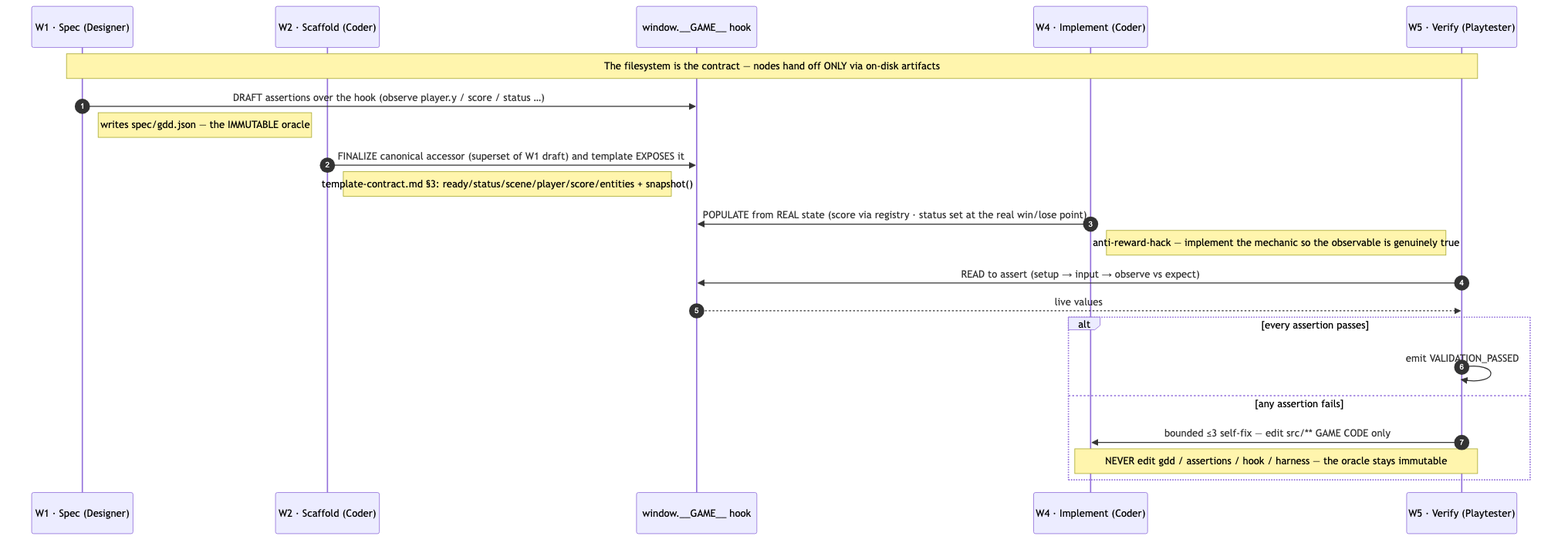
Before: docs/diagrams/game-hook-contract.png, a diagram exported from Mermaid (blueif16/clawd-game). Its source is kept beside it as docs/diagrams/game-hook-contract.mmd.
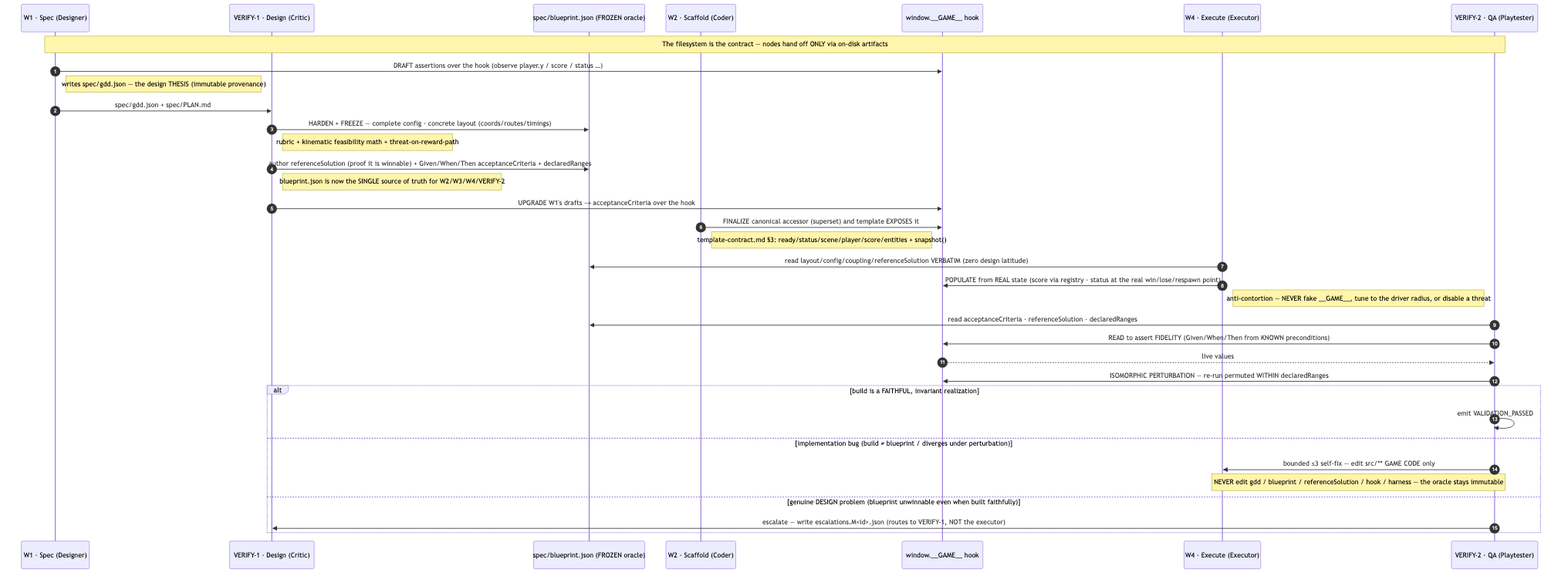
The same diagram one commit later.

What changed in the source:
```diff
@@ -1,28 +1,42 @@
 sequenceDiagram
   autonumber
   participant W1 as W1 · Spec (Designer)
+  participant V1 as VERIFY-1 · Design (Critic)
+  participant BP as spec/blueprint.json (FROZEN oracle)
   participant W2 as W2 · Scaffold (Coder)
   participant H as window.__GAME__ hook
-  participant W4 as W4 · Implement (Coder)
-  participant W5 as W5 · Verify (Playtester)
+  participant W4 as W4 · Execute (Executor)
+  participant V2 as VERIFY-2 · QA (Playtester)
 
-  Note over W1,W5: The filesystem is the contract — nodes hand off ONLY via on-disk artifacts
+  Note over W1,V2: The filesystem is the contract — nodes hand off ONLY via on-disk artifacts
 
   W1->>H: DRAFT assertions over the hook (observe player.y / score / status …)
-  Note right of W1: writes spec/gdd.json — the IMMUTABLE oracle
+  Note right of W1: writes spec/gdd.json — the design THESIS (immutable provenance)
 
-  W2->>H: FINALIZE canonical accessor (superset of W1 draft) and template EXPOSES it
+  W1->>V1: spec/gdd.json + spec/PLAN.md
+  V1->>BP: HARDEN + FREEZE — complete config · concrete layout (coords/routes/timings)
+  Note right of V1: rubric + kinematic feasibility math + threat-on-reward-path
+  V1->>BP: author referenceSolution (proof it is winnable) + Given/When/Then acceptanceCriteria + declaredRanges
+  Note right of V1: blueprint.json is now the SINGLE source of truth for W2/W3/W4/VERIFY-2
+
+  V1->>H: UPGRADE W1's drafts → acceptanceCriteria over the hook
+  W2->>H: FINALIZE canonical accessor (superset) and template EXPOSES it
   Note right of W2: template-contract.md §3: ready/status/scene/player/score/entities + snapshot()
 
-  W4->>H: POPULATE from REAL state (score via registry · status set at the real win/lose point)
-  Note right of W4: anti-reward-hack — implement the mechanic so the observable is genuinely true
+  W4->>BP: read layout/config/coupling/referenceSolution VERBATIM (zero design latitude)
+  W4->>H: POPULATE from REAL state (score via registry · status at the real win/lose/respawn point)
+  Note right of W4: anti-contortion — NEVER fake __GAME__, tune to the driver radius, or disable a threat
 
-  W5->>H: READ to assert (setup → input → observe vs expect)
-  H-->>W5: live values
+  V2->>BP: read acceptanceCriteria · referenceSolution · declaredRanges
+  V2->>H: READ to assert FIDELITY (Given/When/Then from KNOWN preconditions)
+  H-->>V2: live values
+  V2->>H: ISOMORPHIC PERTURBATION — re-run permuted WITHIN declaredRanges
 
-  alt every assertion passes
-    W5->>W5: emit VALIDATION_PASSED
-  else any assertion fails
-    W5->>W4: bounded ≤3 self-fix — edit src/** GAME CODE only
-    Note over W4,W5: NEVER edit gdd / assertions / hook / harness — the oracle stays immutable
+  alt build is a FAITHFUL, invariant realization
+    V2->>V2: emit VALIDATION_PASSED
+  else implementation bug (build ≠ blueprint / diverges under perturbation)
+    V2->>W4: bounded ≤3 self-fix — edit src/** GAME CODE only
+    Note over W4,V2: NEVER edit gdd / blueprint / referenceSolution / hook / harness — the oracle stays immutable
+  else genuine DESIGN problem (blueprint unwinnable even when built faithfully)
+    V2->>V1: escalate — write escalations.M<id>.json (routes to VERIFY-1, NOT the executor)
   end
```
